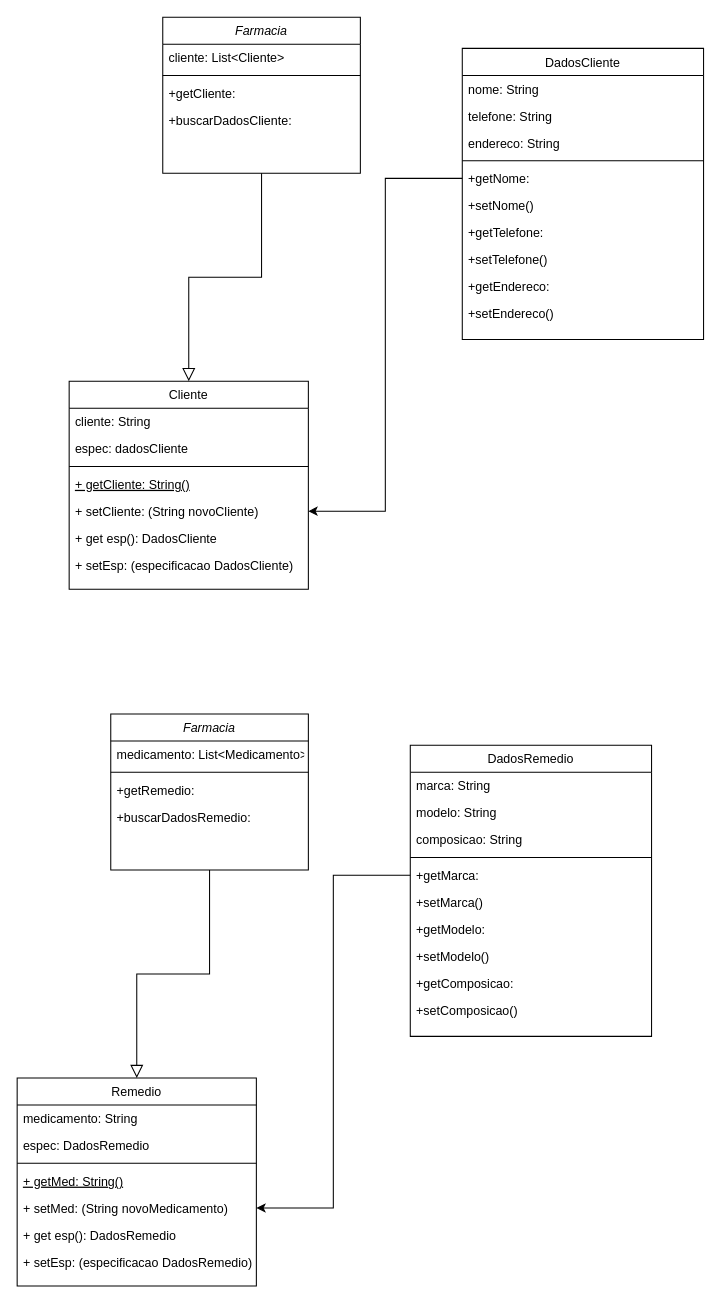
Above: Engenharia de Software/assets/Diagrama sem nome.drawio in beajdkjj/bertoti (draw.io), before the change. Source tidied: cells renumbered, new cells numbered last; positions are measured from the earlier drawing's top-left corner, leaving out a move shared by most shapes. Both pictures are drawn from the tidied source at 104%, with x=0, y=0 at pixel (17, 17).
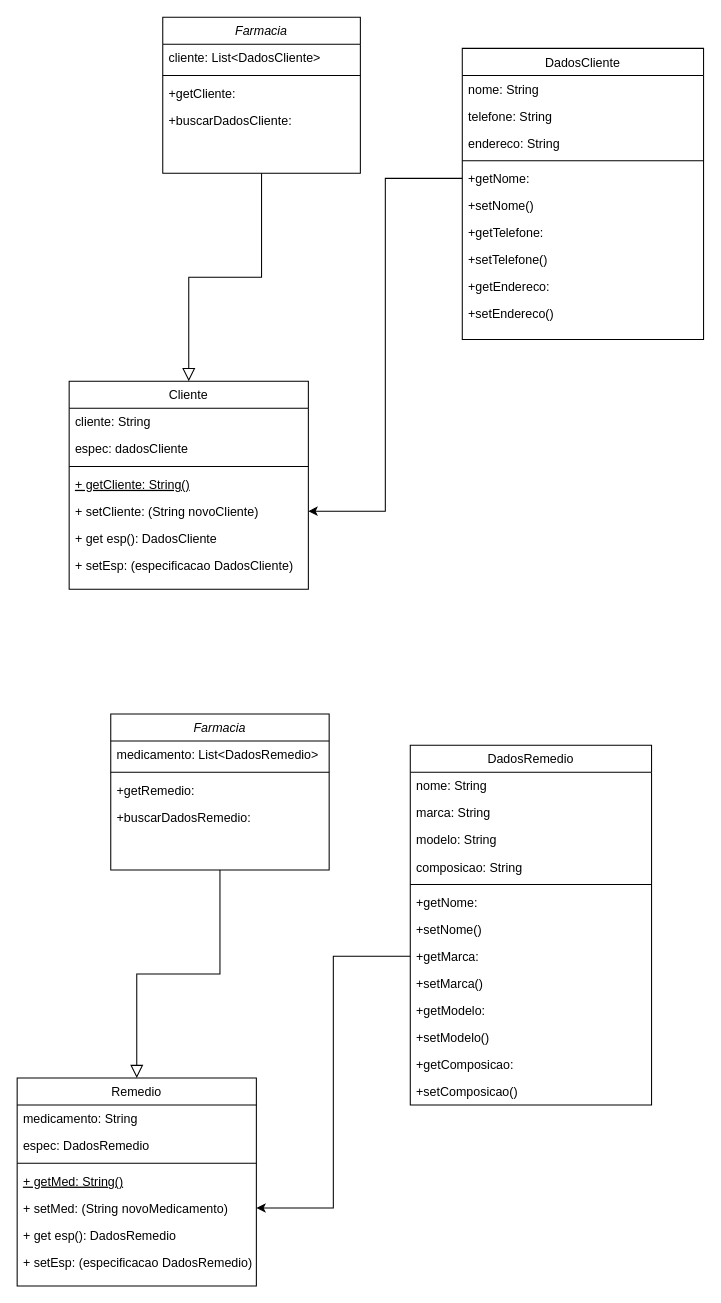
The same diagram, later.

Unchanged cells that the change refers to:
```xml
<mxCell id="2" value="Farmacia" style="swimlane;fontStyle=2;align=center;verticalAlign=top;horizontal=1;startSize=26;rounded=0;shadow=0;strokeWidth=1;" parent="1" vertex="1">
  <mxGeometry x="140" width="190" height="150" as="geometry" />
</mxCell>
```

The edit, as a diff of the source:
```diff
@@
-    <mxCell id="3" value="cliente: List&lt;Cliente&gt;" style="text;align=left;verticalAlign=top;spacingLeft=4;spacingRight=4;overflow=hidden;" parent="2" vertex="1">
+    <mxCell id="3" value="cliente: List&lt;DadosCliente&gt;" style="text;align=left;verticalAlign=top;spacingLeft=4;spacingRight=4;overflow=hidden;" parent="2" vertex="1">
       <mxGeometry y="26" width="190" height="26" as="geometry" />
     </mxCell>
@@
     <mxCell id="28" value="Farmacia" style="swimlane;fontStyle=2;align=center;verticalAlign=top;horizontal=1;startSize=26;rounded=0;shadow=0;strokeWidth=1;" parent="1" vertex="1">
-      <mxGeometry x="90" y="670" width="190" height="150" as="geometry" />
+      <mxGeometry x="90" y="670" width="210" height="150" as="geometry" />
     </mxCell>
-    <mxCell id="29" value="medicamento: List&lt;Medicamento&gt;" style="text;align=left;verticalAlign=top;spacingLeft=4;spacingRight=4;overflow=hidden;" parent="28" vertex="1">
-      <mxGeometry y="26" width="190" height="26" as="geometry" />
+    <mxCell id="29" value="medicamento: List&lt;DadosRemedio&gt;" style="text;align=left;verticalAlign=top;spacingLeft=4;spacingRight=4;overflow=hidden;" parent="28" vertex="1">
+      <mxGeometry y="26" width="210" height="26" as="geometry" />
     </mxCell>
     <mxCell id="30" style="line;html=1;strokeWidth=1;align=left;verticalAlign=middle;spacingTop=-1;spacingLeft=3;spacingRight=3;labelPosition=right;" parent="28" vertex="1">
-      <mxGeometry y="52" width="190" height="8" as="geometry" />
+      <mxGeometry y="52" width="210" height="8" as="geometry" />
     </mxCell>
     <mxCell id="31" value="+getRemedio:&#10;" style="text;align=left;verticalAlign=top;spacingLeft=4;spacingRight=4;overflow=hidden;" parent="28" vertex="1">
-      <mxGeometry y="60" width="190" height="26" as="geometry" />
+      <mxGeometry y="60" width="210" height="26" as="geometry" />
     </mxCell>
     <mxCell id="32" value="+buscarDadosRemedio:&#10;" style="text;align=left;verticalAlign=top;spacingLeft=4;spacingRight=4;overflow=hidden;" parent="28" vertex="1">
-      <mxGeometry y="86" width="190" height="26" as="geometry" />
+      <mxGeometry y="86" width="210" height="26" as="geometry" />
     </mxCell>
@@
     <mxCell id="42" value="DadosRemedio" style="swimlane;fontStyle=0;align=center;verticalAlign=top;horizontal=1;startSize=26;rounded=0;shadow=0;strokeWidth=1;" parent="1" vertex="1">
-      <mxGeometry x="378" y="700" width="232" height="280" as="geometry" />
+      <mxGeometry x="378" y="700" width="232" height="346" as="geometry" />
     </mxCell>
+    <mxCell id="54" value="nome: String" style="text;align=left;verticalAlign=top;spacingLeft=4;spacingRight=4;overflow=hidden;" parent="42" vertex="1">
+      <mxGeometry y="26" width="232" height="26" as="geometry" />
+    </mxCell>
     <mxCell id="43" value="marca: String" style="text;align=left;verticalAlign=top;spacingLeft=4;spacingRight=4;overflow=hidden;" parent="42" vertex="1">
-      <mxGeometry y="26" width="232" height="26" as="geometry" />
+      <mxGeometry y="52" width="232" height="26" as="geometry" />
     </mxCell>
     <mxCell id="44" value="modelo: String" style="text;align=left;verticalAlign=top;spacingLeft=4;spacingRight=4;overflow=hidden;rounded=0;shadow=0;html=0;" parent="42" vertex="1">
-      <mxGeometry y="52" width="232" height="26" as="geometry" />
+      <mxGeometry y="78" width="232" height="26" as="geometry" />
     </mxCell>
     <mxCell id="45" value="composicao: String" style="text;align=left;verticalAlign=top;spacingLeft=4;spacingRight=4;overflow=hidden;rounded=0;shadow=0;html=0;" parent="42" vertex="1">
-      <mxGeometry y="78" width="232" height="26" as="geometry" />
+      <mxGeometry y="104" width="232" height="26" as="geometry" />
     </mxCell>
     <mxCell id="46" style="line;html=1;strokeWidth=1;align=left;verticalAlign=middle;spacingTop=-1;spacingLeft=3;spacingRight=3;labelPosition=right;" parent="42" vertex="1">
-      <mxGeometry y="104" width="232" height="8" as="geometry" />
+      <mxGeometry y="130" width="232" height="8" as="geometry" />
     </mxCell>
+    <mxCell id="55" value="+getNome:" style="text;align=left;verticalAlign=top;spacingLeft=4;spacingRight=4;overflow=hidden;" parent="42" vertex="1">
+      <mxGeometry y="138" width="232" height="26" as="geometry" />
+    </mxCell>
+    <mxCell id="56" value="+setNome()" style="text;align=left;verticalAlign=top;spacingLeft=4;spacingRight=4;overflow=hidden;" parent="42" vertex="1">
+      <mxGeometry y="164" width="232" height="26" as="geometry" />
+    </mxCell>
     <mxCell id="47" value="+getMarca:" style="text;align=left;verticalAlign=top;spacingLeft=4;spacingRight=4;overflow=hidden;points=[[0,0.5],[1,0.5]];portConstraint=eastwest;" parent="42" vertex="1">
-      <mxGeometry y="112" width="232" height="26" as="geometry" />
+      <mxGeometry y="190" width="232" height="26" as="geometry" />
     </mxCell>
     <mxCell id="48" value="+setMarca()" style="text;align=left;verticalAlign=top;spacingLeft=4;spacingRight=4;overflow=hidden;" parent="42" vertex="1">
-      <mxGeometry y="138" width="232" height="26" as="geometry" />
+      <mxGeometry y="216" width="232" height="26" as="geometry" />
     </mxCell>
     <mxCell id="49" value="+getModelo:" style="text;align=left;verticalAlign=top;spacingLeft=4;spacingRight=4;overflow=hidden;" parent="42" vertex="1">
-      <mxGeometry y="164" width="232" height="26" as="geometry" />
+      <mxGeometry y="242" width="232" height="26" as="geometry" />
     </mxCell>
     <mxCell id="50" value="+setModelo()" style="text;align=left;verticalAlign=top;spacingLeft=4;spacingRight=4;overflow=hidden;" parent="42" vertex="1">
-      <mxGeometry y="190" width="232" height="26" as="geometry" />
+      <mxGeometry y="268" width="232" height="26" as="geometry" />
     </mxCell>
     <mxCell id="51" value="+getComposicao:" style="text;align=left;verticalAlign=top;spacingLeft=4;spacingRight=4;overflow=hidden;" parent="42" vertex="1">
-      <mxGeometry y="216" width="232" height="26" as="geometry" />
+      <mxGeometry y="294" width="232" height="26" as="geometry" />
     </mxCell>
     <mxCell id="52" value="+setComposicao()" style="text;align=left;verticalAlign=top;spacingLeft=4;spacingRight=4;overflow=hidden;" parent="42" vertex="1">
-      <mxGeometry y="242" width="232" height="26" as="geometry" />
+      <mxGeometry y="320" width="232" height="26" as="geometry" />
     </mxCell>
```
